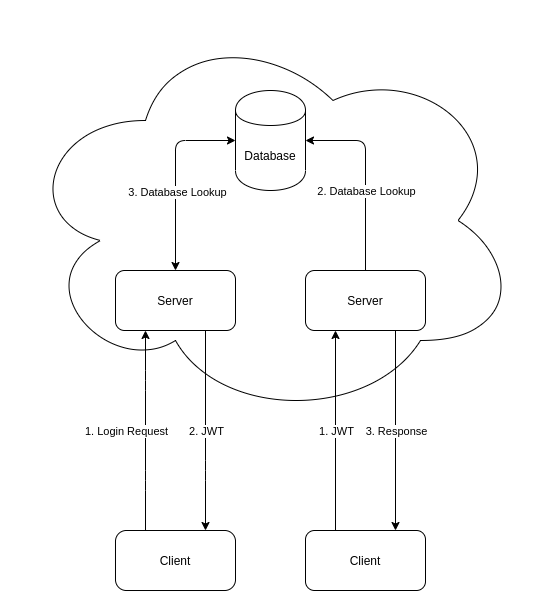
This is docs/development/rest_api_development/images/jwt_api.png from aau-giraf/wiki, a draw.io export, as it was before one commit. Source tidied: cells renumbered, new cells last; positions are measured from the earlier drawing's top-left corner, leaving out a move shared by most shapes. Its diagram source:
```xml
<mxGraphModel>
  <root>
    <mxCell id="0" />
    <mxCell id="1" parent="0" />
    <mxCell id="2" style="ellipse;shape=cloud;whiteSpace=wrap;html=1;rotation=0;" parent="1" vertex="1">
      <mxGeometry width="500" height="400" as="geometry" />
    </mxCell>
    <mxCell id="3" value="Client" style="rounded=1;whiteSpace=wrap;html=1;arcSize=18;" parent="1" vertex="1">
      <mxGeometry x="95" y="510" width="120" height="60" as="geometry" />
    </mxCell>
    <mxCell id="4" value="Database" style="shape=cylinder;whiteSpace=wrap;html=1;boundedLbl=1;backgroundOutline=1;" parent="1" vertex="1">
      <mxGeometry x="215" y="70" width="70" height="100" as="geometry" />
    </mxCell>
    <mxCell id="5" value="Server" style="rounded=1;whiteSpace=wrap;html=1;" parent="1" vertex="1">
      <mxGeometry x="95" y="250" width="120" height="60" as="geometry" />
    </mxCell>
    <mxCell id="6" value="Client" style="rounded=1;whiteSpace=wrap;html=1;" parent="1" vertex="1">
      <mxGeometry x="285" y="510" width="120" height="60" as="geometry" />
    </mxCell>
    <mxCell id="7" value="Server" style="rounded=1;whiteSpace=wrap;html=1;" parent="1" vertex="1">
      <mxGeometry x="285" y="250" width="120" height="60" as="geometry" />
    </mxCell>
    <mxCell id="8" style="endArrow=classic;html=1;exitX=0.25;exitY=0;exitDx=0;exitDy=0;entryX=0.25;entryY=1;entryDx=0;entryDy=0;" parent="1" edge="1" source="3" target="5">
      <mxGeometry relative="1" as="geometry">
        <Array as="points">
          <mxPoint x="125" y="460" />
          <mxPoint x="125" y="360" />
        </Array>
      </mxGeometry>
    </mxCell>
    <mxCell id="9" value="1. Login Request" style="edgeLabel;html=1;align=center;verticalAlign=middle;" parent="8" vertex="1">
      <mxGeometry x="-0.3" y="-1" relative="1" as="geometry">
        <mxPoint x="-21" y="-30" as="offset" />
      </mxGeometry>
    </mxCell>
    <mxCell id="10" style="endArrow=classic;html=1;exitX=0.75;exitY=1;exitDx=0;exitDy=0;entryX=0.75;entryY=0;entryDx=0;entryDy=0;" parent="1" edge="1" source="5" target="3">
      <mxGeometry relative="1" as="geometry">
        <Array as="points">
          <mxPoint x="185" y="450" />
        </Array>
      </mxGeometry>
    </mxCell>
    <mxCell id="11" value="2. JWT" style="edgeLabel;html=1;align=center;verticalAlign=middle;" parent="10" vertex="1">
      <mxGeometry x="-0.15" y="-13" relative="1" as="geometry">
        <mxPoint x="13" y="15" as="offset" />
      </mxGeometry>
    </mxCell>
    <mxCell id="12" style="endArrow=classic;startArrow=classic;html=1;exitX=0.5;exitY=0;exitDx=0;exitDy=0;entryX=0;entryY=0.5;entryDx=0;entryDy=0;" parent="1" edge="1" source="5" target="4">
      <mxGeometry relative="1" as="geometry">
        <Array as="points">
          <mxPoint x="155" y="120" />
        </Array>
      </mxGeometry>
    </mxCell>
    <mxCell id="13" value="3. Database Lookup" style="edgeLabel;html=1;align=center;verticalAlign=middle;" parent="12" vertex="1">
      <mxGeometry x="-0.17" y="-1" relative="1" as="geometry" />
    </mxCell>
    <mxCell id="14" style="endArrow=classic;html=1;exitX=0.25;exitY=0;exitDx=0;exitDy=0;entryX=0.25;entryY=1;entryDx=0;entryDy=0;" parent="1" edge="1" source="6" target="7">
      <mxGeometry relative="1" as="geometry" />
    </mxCell>
    <mxCell id="15" value="1. JWT" style="edgeLabel;html=1;align=center;verticalAlign=middle;" parent="14" vertex="1">
      <mxGeometry x="-0.56" y="-3" relative="1" as="geometry">
        <mxPoint x="-3" y="-56" as="offset" />
      </mxGeometry>
    </mxCell>
    <mxCell id="16" style="endArrow=classic;html=1;exitX=0.75;exitY=1;exitDx=0;exitDy=0;entryX=0.75;entryY=0;entryDx=0;entryDy=0;" parent="1" edge="1" source="7" target="6">
      <mxGeometry relative="1" as="geometry" />
    </mxCell>
    <mxCell id="17" value="3. Response" style="edgeLabel;html=1;align=center;verticalAlign=middle;" parent="16" vertex="1">
      <mxGeometry x="0.31" y="4" relative="1" as="geometry">
        <mxPoint x="-4" y="-31" as="offset" />
      </mxGeometry>
    </mxCell>
    <mxCell id="18" style="endArrow=classic;html=1;exitX=0.5;exitY=0;exitDx=0;exitDy=0;entryX=1;entryY=0.5;entryDx=0;entryDy=0;" parent="1" edge="1" source="7" target="4">
      <mxGeometry relative="1" as="geometry">
        <Array as="points">
          <mxPoint x="345" y="120" />
        </Array>
      </mxGeometry>
    </mxCell>
    <mxCell id="19" value="2. Database Lookup" style="edgeLabel;html=1;align=center;verticalAlign=middle;" parent="18" vertex="1">
      <mxGeometry x="-0.09" y="-3" relative="1" as="geometry">
        <mxPoint x="-3" y="6" as="offset" />
      </mxGeometry>
    </mxCell>
  </root>
</mxGraphModel>
```
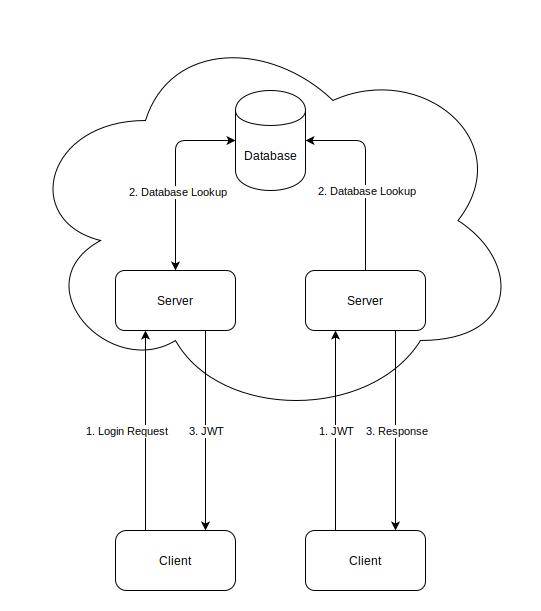
The same diagram one commit later.

Commit message:
jwt_api.png updated, original draw.io svg's, added to repository.

What changed in the source:
```diff
@@ -40,7 +40,7 @@
         </Array>
       </mxGeometry>
     </mxCell>
-    <mxCell id="11" value="2. JWT" style="edgeLabel;html=1;align=center;verticalAlign=middle;" parent="10" vertex="1">
+    <mxCell id="11" value="3. JWT" style="edgeLabel;html=1;align=center;verticalAlign=middle;" parent="10" vertex="1">
       <mxGeometry x="-0.15" y="-13" relative="1" as="geometry">
         <mxPoint x="13" y="15" as="offset" />
       </mxGeometry>
@@ -52,7 +52,7 @@
         </Array>
       </mxGeometry>
     </mxCell>
-    <mxCell id="13" value="3. Database Lookup" style="edgeLabel;html=1;align=center;verticalAlign=middle;" parent="12" vertex="1">
+    <mxCell id="13" value="2. Database Lookup" style="edgeLabel;html=1;align=center;verticalAlign=middle;" parent="12" vertex="1">
       <mxGeometry x="-0.17" y="-1" relative="1" as="geometry" />
     </mxCell>
     <mxCell id="14" style="endArrow=classic;html=1;exitX=0.25;exitY=0;exitDx=0;exitDy=0;entryX=0.25;entryY=1;entryDx=0;entryDy=0;" parent="1" edge="1" source="6" target="7">
```
